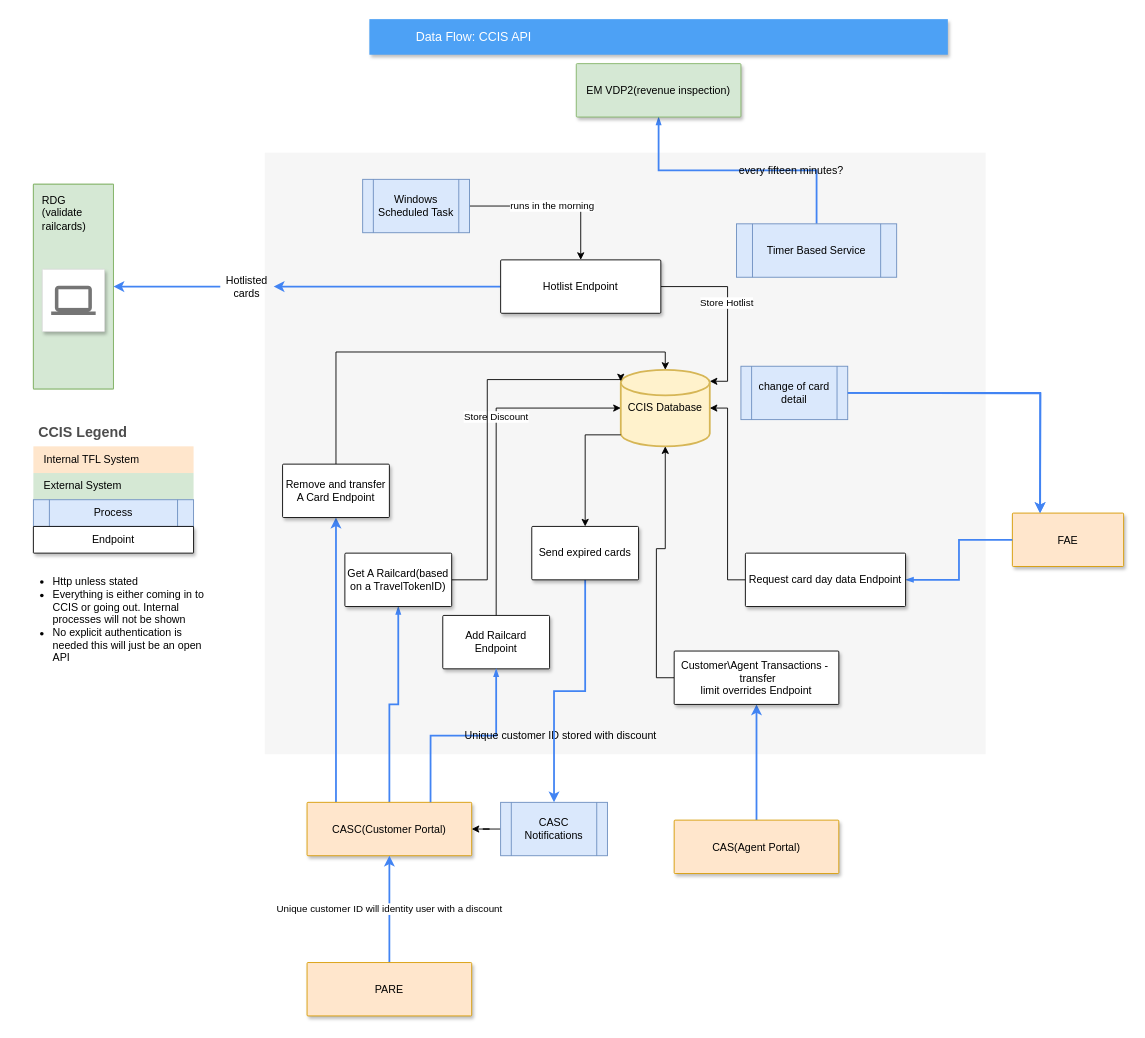
Above: CCIS-API.drawio in mattwatts36/drawings (draw.io), before the change. Source tidied: cells renumbered, new cells numbered last; positions are measured from the earlier drawing's top-left corner, leaving out a move shared by most shapes. Both pictures are drawn from the tidied source at 89%, with x=0, y=0 at pixel (15, 19).
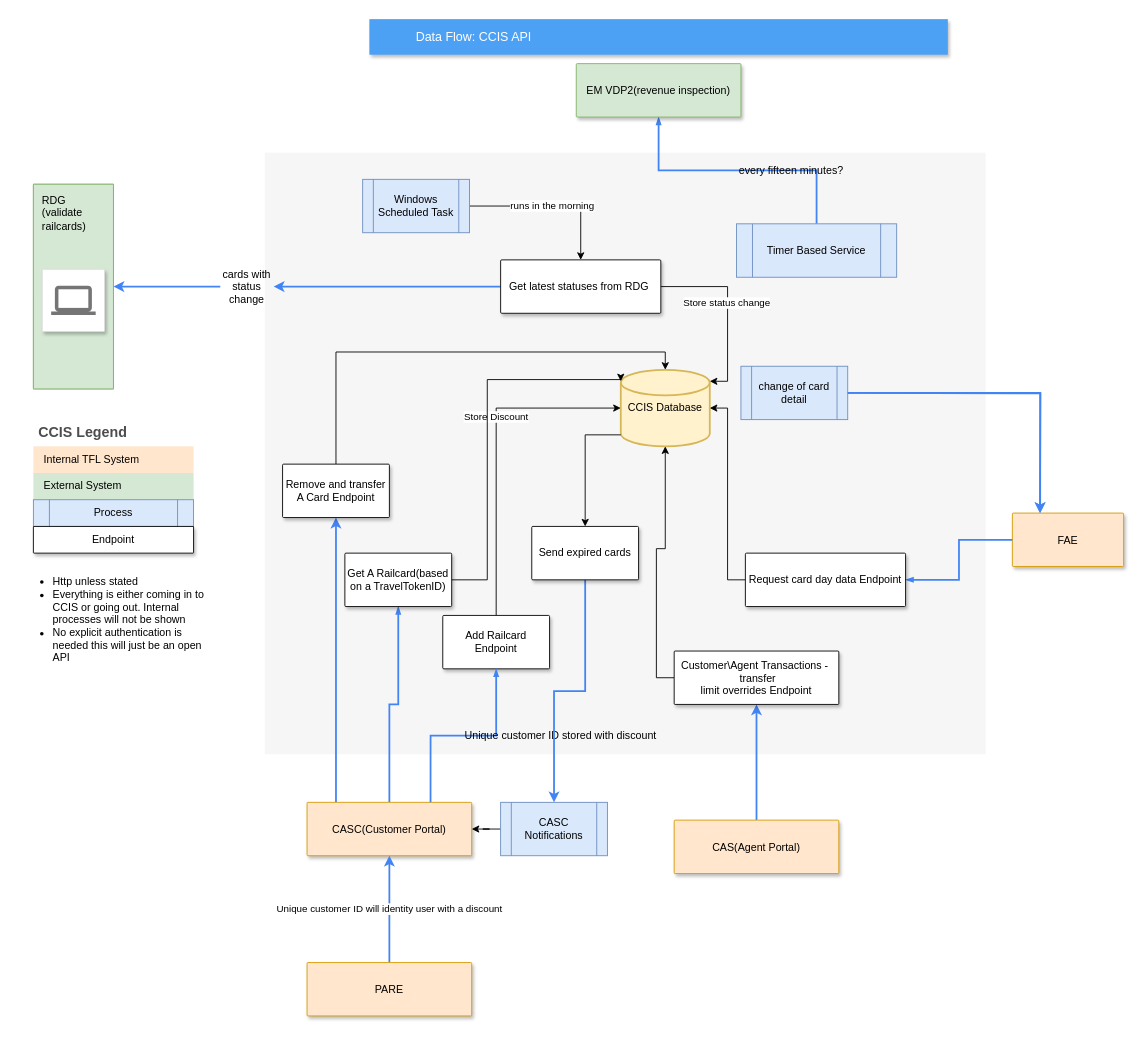
Above is the later version.

Unchanged cells that the change refers to:
```xml
<mxCell id="18" style="edgeStyle=orthogonalEdgeStyle;rounded=0;jettySize=auto;html=1;entryX=1;entryY=0.15;entryDx=0;entryDy=0;entryPerimeter=0;exitX=1;exitY=0.5;exitDx=0;exitDy=0;" parent="1" edge="1" source="42" target="15">
  <mxGeometry relative="1" as="geometry" />
</mxCell>
```

What changed in the source:
```diff
@@
-    <mxCell id="19" value="Store Hotlist" style="edgeLabel;html=1;align=center;verticalAlign=middle;" parent="18" vertex="1">
+    <mxCell id="19" value="Store status change" style="edgeLabel;html=1;align=center;verticalAlign=middle;" parent="18" vertex="1">
       <mxGeometry x="-0.08" y="-2" relative="1" as="geometry" />
     </mxCell>
@@
-    <mxCell id="24" value="Hotlisted cards" style="text;html=1;align=center;verticalAlign=middle;whiteSpace=wrap;rounded=0;" parent="1" vertex="1">
+    <mxCell id="24" value="cards with status change" style="text;html=1;align=center;verticalAlign=middle;whiteSpace=wrap;rounded=0;" parent="1" vertex="1">
       <mxGeometry x="230" y="285.5" width="60" height="30" as="geometry" />
     </mxCell>
@@
-    <mxCell id="42" value="Hotlist Endpoint" style="whiteSpace=wrap;html=1;shadow=1;strokeWidth=1;rounded=1;arcSize=2;" parent="1" vertex="1">
+    <mxCell id="42" value="Get latest statuses from RDG&amp;nbsp;" style="whiteSpace=wrap;html=1;shadow=1;strokeWidth=1;rounded=1;arcSize=2;" parent="1" vertex="1">
       <mxGeometry x="545" y="270.5" width="180" height="60" as="geometry" />
     </mxCell>
```
